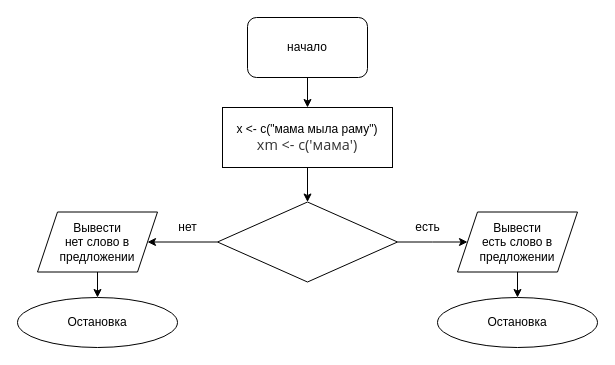
This is Untitled Diagram.drawio from Aleks-du/R, a draw.io file, before an edit. Source tidied: cells renumbered, new cells numbered last; positions are measured from the earlier drawing's top-left corner, leaving out a move shared by most shapes. Both pictures are drawn from the tidied source at 100%, with x=0, y=0 at pixel (17, 17).
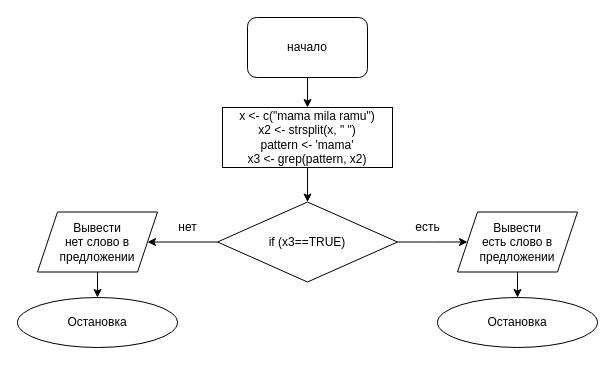
The same page after the edit.

Diff of the diagram source:
```diff
@@
 <mxGraphModel>
   <root>
     <mxCell id="0" />
     <mxCell id="1" parent="0" />
     <mxCell id="2" style="edgeStyle=orthogonalEdgeStyle;rounded=0;jettySize=auto;html=1;exitX=0.5;exitY=1;exitDx=0;exitDy=0;entryX=0.5;entryY=0;entryDx=0;entryDy=0;" parent="1" edge="1" source="3">
       <mxGeometry relative="1" as="geometry">
         <mxPoint x="290" y="90" as="targetPoint" />
       </mxGeometry>
     </mxCell>
     <mxCell id="3" value="начало" style="rounded=1;whiteSpace=wrap;html=1;" parent="1" vertex="1">
       <mxGeometry x="230" width="120" height="60" as="geometry" />
     </mxCell>
     <mxCell id="4" style="edgeStyle=orthogonalEdgeStyle;rounded=0;jettySize=auto;html=1;exitX=0.5;exitY=1;exitDx=0;exitDy=0;entryX=0.5;entryY=0;entryDx=0;entryDy=0;" parent="1" edge="1" target="7">
       <mxGeometry relative="1" as="geometry">
         <mxPoint x="290" y="150" as="sourcePoint" />
       </mxGeometry>
     </mxCell>
     <mxCell id="5" style="edgeStyle=orthogonalEdgeStyle;rounded=0;jettySize=auto;html=1;exitX=0;exitY=0.5;exitDx=0;exitDy=0;" parent="1" edge="1" source="7">
       <mxGeometry relative="1" as="geometry">
         <mxPoint x="130" y="224.5" as="targetPoint" />
       </mxGeometry>
     </mxCell>
     <mxCell id="6" style="edgeStyle=orthogonalEdgeStyle;rounded=0;jettySize=auto;html=1;exitX=1;exitY=0.5;exitDx=0;exitDy=0;entryX=0;entryY=0.5;entryDx=0;entryDy=0;" parent="1" edge="1" source="7">
       <mxGeometry relative="1" as="geometry">
         <mxPoint x="450" y="224.5" as="targetPoint" />
       </mxGeometry>
     </mxCell>
-    <mxCell id="7" style="rhombus;whiteSpace=wrap;html=1;" parent="1" vertex="1">
+    <mxCell id="7" value="if (x3==TRUE)" style="rhombus;whiteSpace=wrap;html=1;" parent="1" vertex="1">
       <mxGeometry x="200" y="184.5" width="180" height="80" as="geometry" />
     </mxCell>
     <mxCell id="8" value="нет" style="text;html=1;align=center;verticalAlign=middle;" parent="1" vertex="1">
       <mxGeometry x="155" y="200" width="30" height="20" as="geometry" />
     </mxCell>
     <mxCell id="9" value="есть" style="text;html=1;align=center;verticalAlign=middle;" parent="1" vertex="1">
       <mxGeometry x="390" y="200" width="40" height="20" as="geometry" />
     </mxCell>
-    <mxCell id="10" value="&lt;span style=&quot;background-color: rgb(255 , 255 , 255)&quot;&gt;&lt;span style=&quot;color: rgb(0 , 0 , 0) ; font-family: &amp;#34;helvetica&amp;#34; ; font-size: 12px ; font-style: normal ; font-weight: 400 ; letter-spacing: normal ; text-align: center ; text-indent: 0px ; text-transform: none ; word-spacing: 0px&quot;&gt;x &amp;lt;- c(&quot;мама мыла раму&quot;)&lt;br&gt;&lt;/span&gt;&lt;span style=&quot;font-style: normal ; font-weight: 400 ; letter-spacing: normal ; text-indent: 0px ; text-transform: none ; word-spacing: 0px ; color: rgb(51 , 51 , 51) ; font-family: &amp;#34;open sans&amp;#34; , sans-serif ; font-size: 14.44px ; text-align: left&quot;&gt;xm &amp;lt;- c('мама')&lt;/span&gt;&lt;br&gt;&lt;/span&gt;" style="rounded=0;whiteSpace=wrap;html=1;" parent="1" vertex="1">
+    <mxCell id="10" value="&lt;span style=&quot;background-color: rgb(255 , 255 , 255)&quot;&gt;&lt;font face=&quot;helvetica&quot;&gt;x &amp;lt;- c(&quot;mama mila ramu&quot;)&lt;br&gt;&lt;/font&gt;&lt;div&gt;x2 &amp;lt;- strsplit(x, &quot; &quot;)&lt;/div&gt;&lt;div&gt;pattern &amp;lt;- 'mama'&lt;/div&gt;&lt;div&gt;x3 &amp;lt;- grep(pattern, x2)&lt;/div&gt;&lt;/span&gt;" style="rounded=0;whiteSpace=wrap;html=1;" parent="1" vertex="1">
       <mxGeometry x="205" y="90" width="170" height="60" as="geometry" />
     </mxCell>
     <mxCell id="11" style="edgeStyle=orthogonalEdgeStyle;rounded=0;jettySize=auto;html=1;entryX=0.5;entryY=0;entryDx=0;entryDy=0;" parent="1" edge="1" source="12" target="15">
       <mxGeometry relative="1" as="geometry" />
     </mxCell>
     <mxCell id="12" value="Вывести&lt;br&gt;нет слово в предложении" style="shape=parallelogram;perimeter=parallelogramPerimeter;whiteSpace=wrap;html=1;fixedSize=1;" parent="1" vertex="1">
       <mxGeometry x="20" y="194.5" width="120" height="60" as="geometry" />
     </mxCell>
     <mxCell id="13" style="edgeStyle=orthogonalEdgeStyle;rounded=0;jettySize=auto;html=1;entryX=0.5;entryY=0;entryDx=0;entryDy=0;" parent="1" edge="1" source="14" target="16">
       <mxGeometry relative="1" as="geometry" />
     </mxCell>
     <mxCell id="14" value="Вывести&lt;br&gt;есть слово в предложении" style="shape=parallelogram;perimeter=parallelogramPerimeter;whiteSpace=wrap;html=1;fixedSize=1;" parent="1" vertex="1">
       <mxGeometry x="440" y="194.5" width="120" height="60" as="geometry" />
     </mxCell>
     <mxCell id="15" value="Остановка" style="ellipse;whiteSpace=wrap;html=1;" parent="1" vertex="1">
       <mxGeometry y="280" width="160" height="50" as="geometry" />
     </mxCell>
     <mxCell id="16" value="&lt;span&gt;Остановка&lt;/span&gt;" style="ellipse;whiteSpace=wrap;html=1;" parent="1" vertex="1">
       <mxGeometry x="420" y="280" width="160" height="50" as="geometry" />
     </mxCell>
   </root>
 </mxGraphModel>
```
